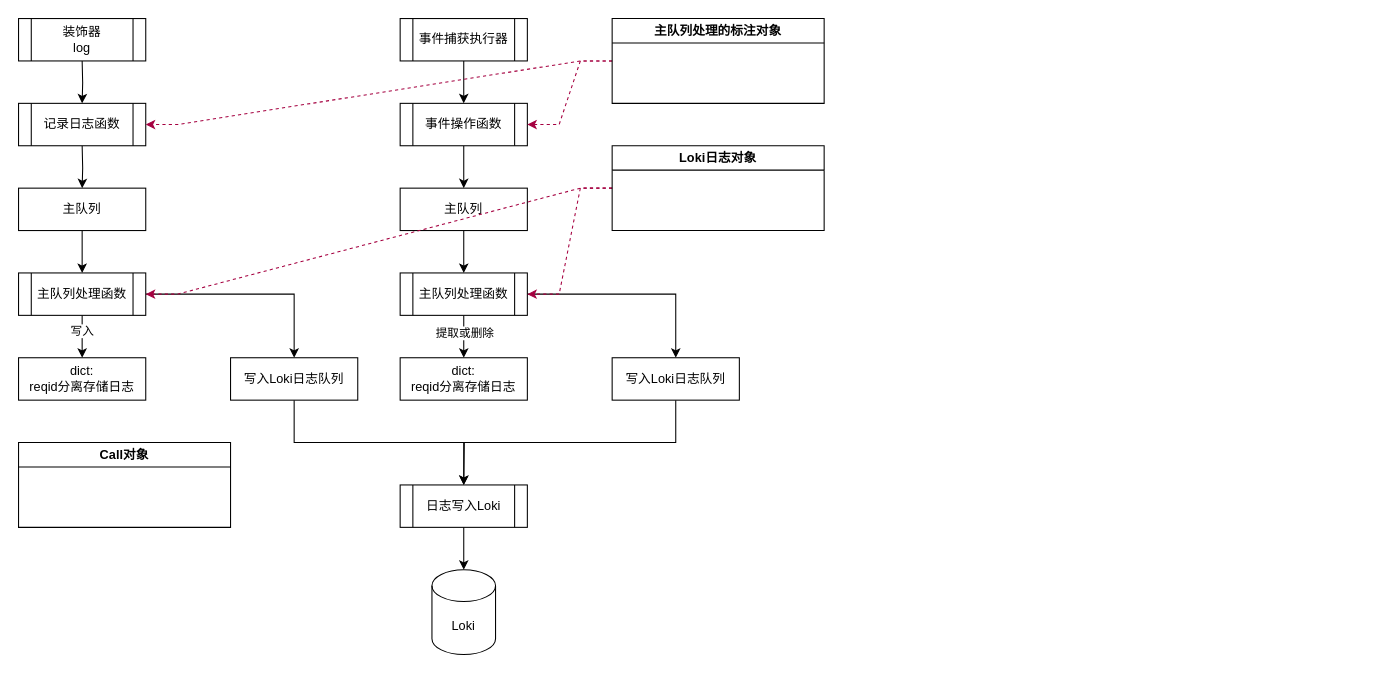
Earlier version of the draw.io diagram demo/logger.drawio (fenghshia/stock-predict). Source tidied: cells renumbered, new cells numbered last; positions are measured from the earlier drawing's top-left corner, leaving out a move shared by most shapes. Both pictures are drawn from the tidied source at 106%, with x=0, y=0 at pixel (18, 18).
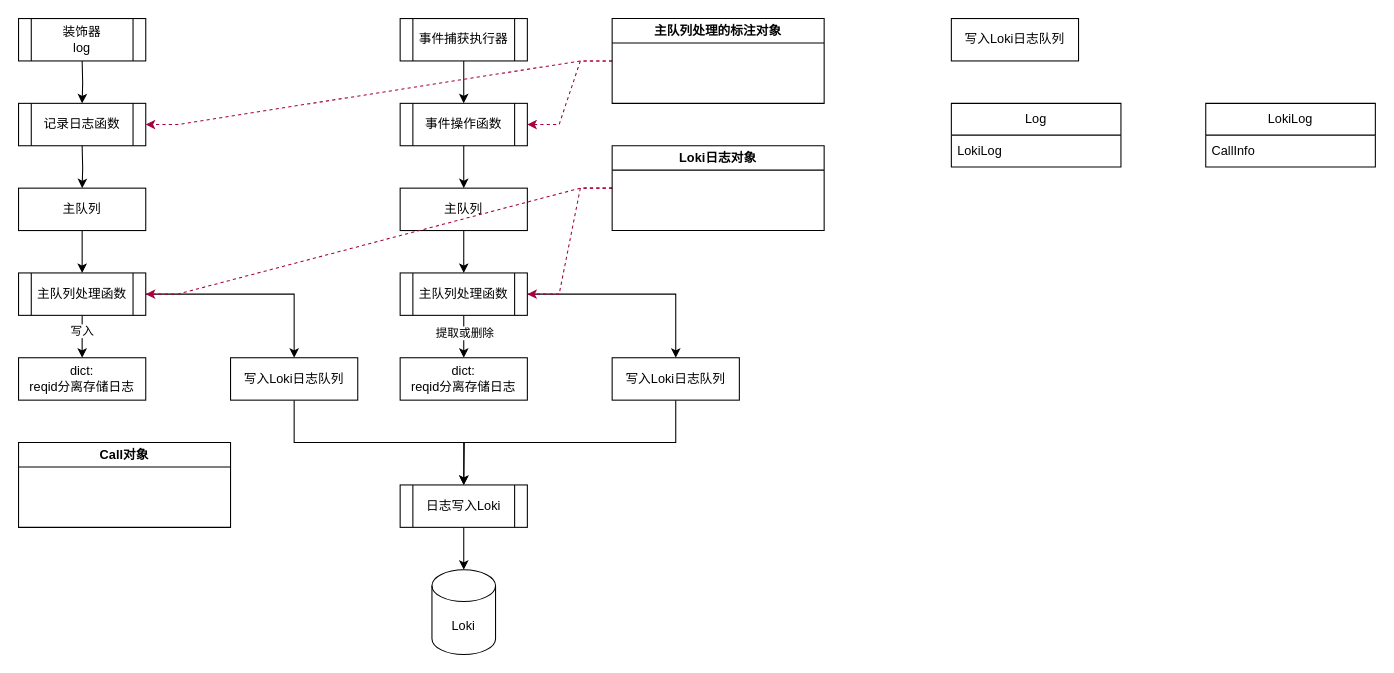
The same page after the edit.

Diff of the diagram source:
```diff
@@
+    <mxCell id="38" value="写入Loki日志队列" style="rounded=0;whiteSpace=wrap;html=1;" parent="1" vertex="1">
+      <mxGeometry x="880" width="120" height="40" as="geometry" />
+    </mxCell>
+    <mxCell id="39" value="Log" style="swimlane;fontStyle=0;horizontal=1;startSize=30;whiteSpace=wrap;html=1;" parent="1" vertex="1">
+      <mxGeometry x="880" y="80" width="160" height="60" as="geometry" />
+    </mxCell>
+    <mxCell id="40" value="LokiLog" style="text;strokeColor=none;fillColor=none;align=left;verticalAlign=middle;spacingLeft=4;spacingRight=4;overflow=hidden;whiteSpace=wrap;html=1;" parent="39" vertex="1">
+      <mxGeometry y="30" width="160" height="30" as="geometry" />
+    </mxCell>
+    <mxCell id="41" value="LokiLog" style="swimlane;fontStyle=0;horizontal=1;startSize=30;whiteSpace=wrap;html=1;" parent="1" vertex="1">
+      <mxGeometry x="1120" y="80" width="160" height="60" as="geometry" />
+    </mxCell>
+    <mxCell id="42" value="CallInfo" style="text;strokeColor=none;fillColor=none;align=left;verticalAlign=middle;spacingLeft=4;spacingRight=4;overflow=hidden;whiteSpace=wrap;html=1;" parent="41" vertex="1">
+      <mxGeometry y="30" width="160" height="30" as="geometry" />
+    </mxCell>
```
